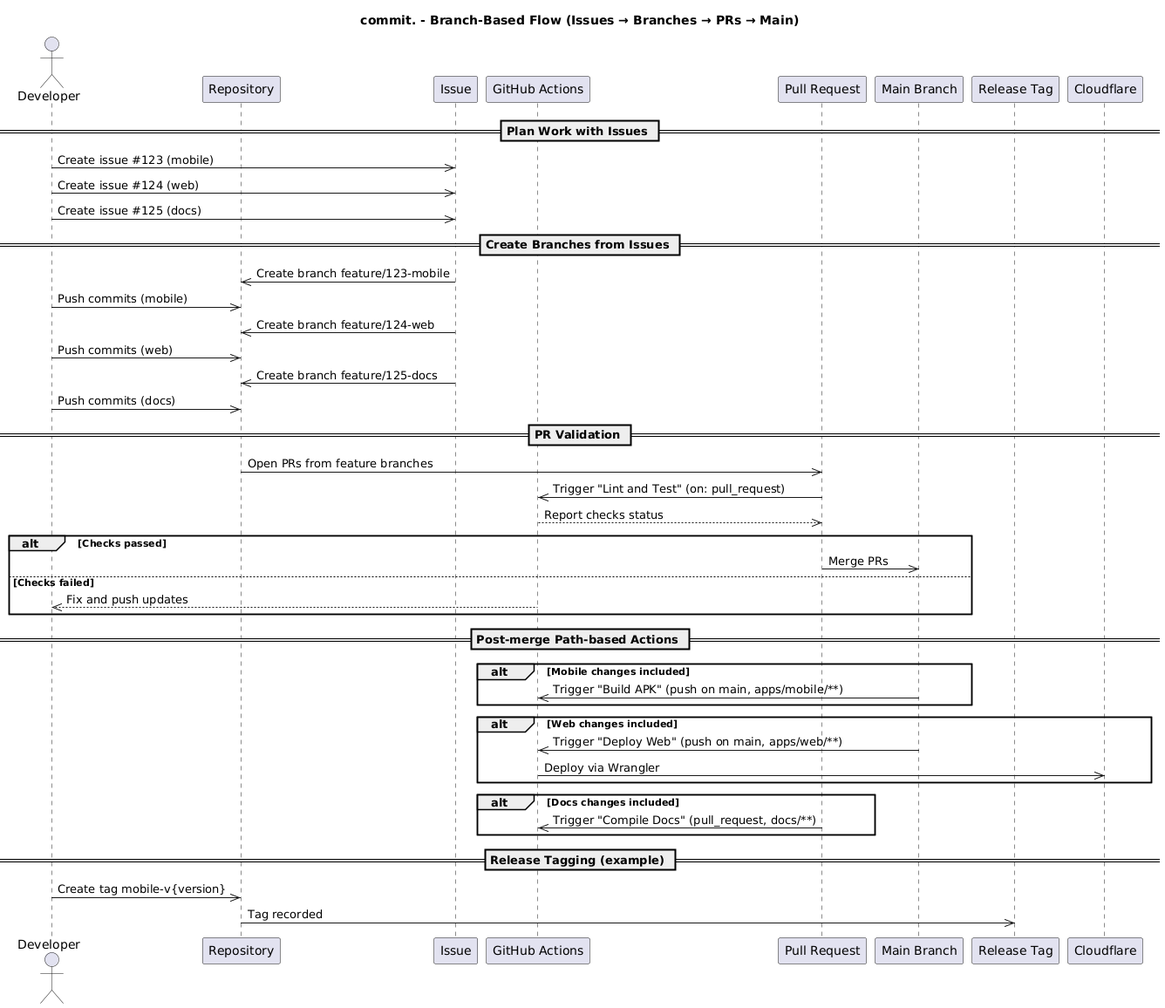
The PlantUML diagram docs/branch-flow.png in getcommitapp/commit, before a commit.
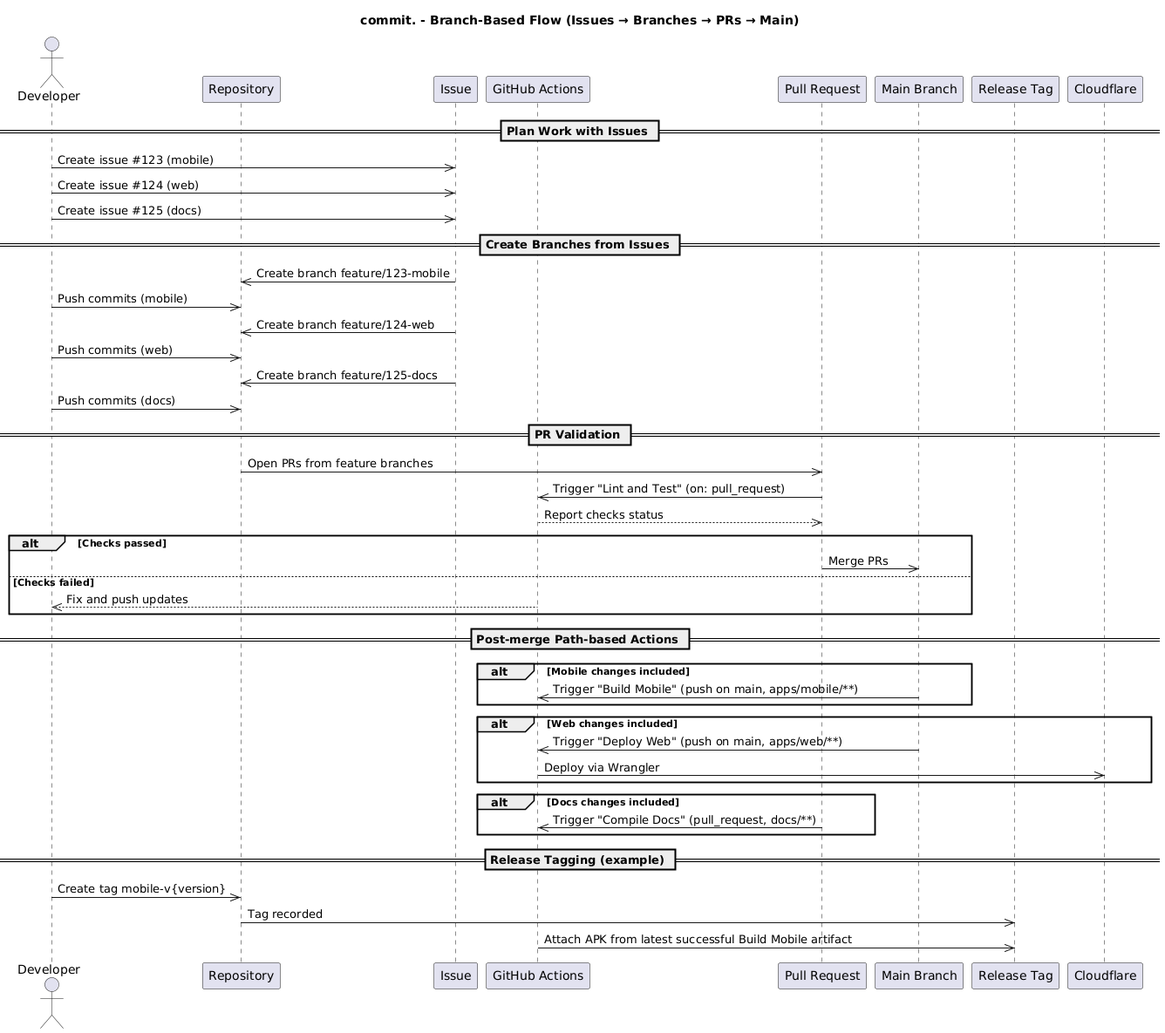
The same file after the commit.

Commit message:
build: remove apk build in release ci (#66)

Change to the diagram source:
```diff
@@ -35,7 +35,7 @@
 
 == Post-merge Path-based Actions ==
 alt Mobile changes included
-  Main ->> GHA: Trigger "Build APK" (push on main, apps/mobile/**)
+  Main ->> GHA: Trigger "Build Mobile" (push on main, apps/mobile/**)
 end
 
 alt Web changes included
@@ -50,5 +50,6 @@
 == Release Tagging (example) ==
 Dev ->> Repo: Create tag mobile-v{version}
 Repo ->> Rel: Tag recorded
+GHA ->> Rel: Attach APK from latest successful Build Mobile artifact
 
 @enduml
```
